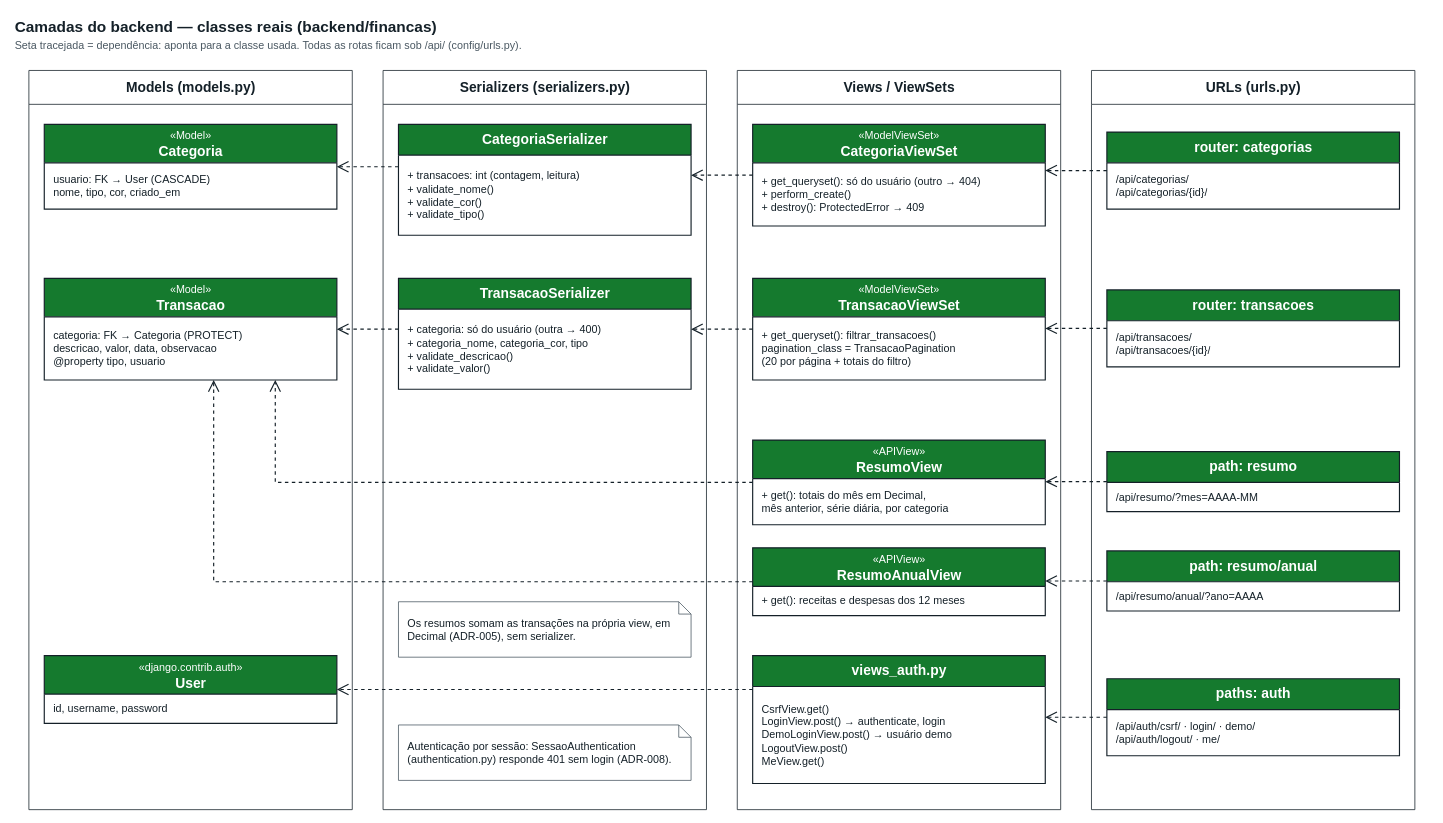
Above: page "Camadas do backend" (2 of 2) of docs/diagramas/diagrama-de-classes.drawio in stfl-guilherme/ja-na-caixa (draw.io), before the change. Source tidied: cells renumbered, new cells numbered last; positions are measured from the earlier drawing's top-left corner, leaving out a move shared by most shapes. Both pictures are drawn from the tidied source at 77%, with x=0, y=0 at pixel (13, 13).
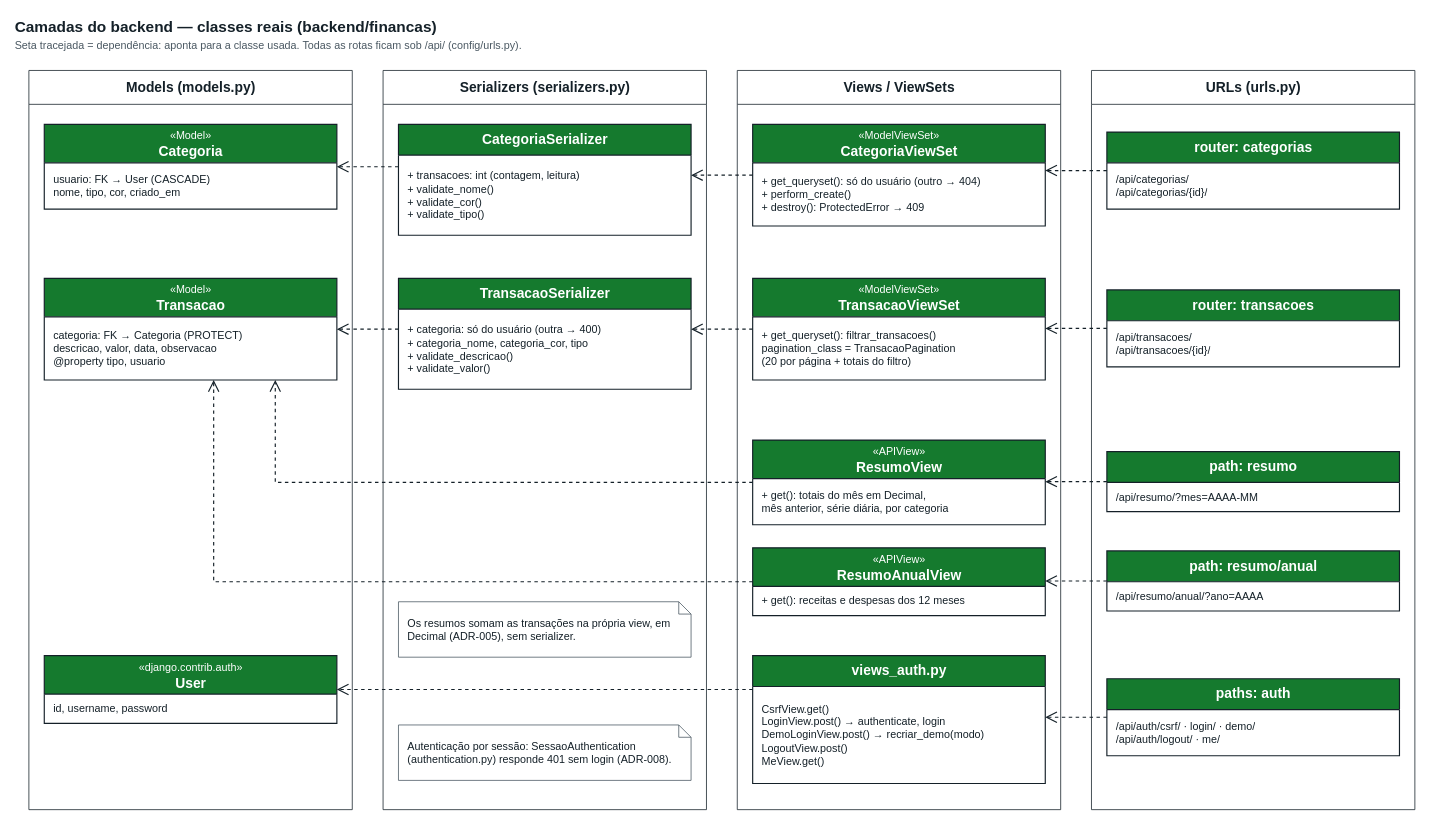
The same page after the edit.

Commit message (it also covers changes not shown here):
docs(diagramas): atualizar atividades para os modos de demonstração e a criação de categoria na transação

The change refers to these unchanged cells:
```xml
<mxCell id="34" value="views_auth.py" style="swimlane;html=1;fontStyle=1;align=center;verticalAlign=middle;horizontal=1;startSize=40;fillColor=#157A2E;fontColor=#FFFFFF;swimlaneFillColor=#FFFFFF;strokeColor=#142028;strokeWidth=1.5;fontSize=18;" parent="6" vertex="1">
  <mxGeometry x="20" y="760" width="380" height="166" as="geometry" />
</mxCell>
```

Change to the diagram source:
```diff
@@
-    <mxCell id="35" value="CsrfView.get()&lt;br&gt;LoginView.post() → authenticate, login&lt;br&gt;DemoLoginView.post() → usuário demo&lt;br&gt;LogoutView.post()&lt;br&gt;MeView.get()" style="text;html=1;strokeColor=none;fillColor=none;align=left;verticalAlign=middle;spacingLeft=10;spacingRight=6;overflow=hidden;fontSize=14;fontColor=#142028;whiteSpace=wrap;" parent="34" vertex="1">
+    <mxCell id="35" value="CsrfView.get()&lt;br&gt;LoginView.post() → authenticate, login&lt;br&gt;DemoLoginView.post() → recriar_demo(modo)&lt;br&gt;LogoutView.post()&lt;br&gt;MeView.get()" style="text;html=1;strokeColor=none;fillColor=none;align=left;verticalAlign=middle;spacingLeft=10;spacingRight=6;overflow=hidden;fontSize=14;fontColor=#142028;whiteSpace=wrap;" parent="34" vertex="1">
       <mxGeometry y="40" width="380" height="126" as="geometry" />
     </mxCell>
```
